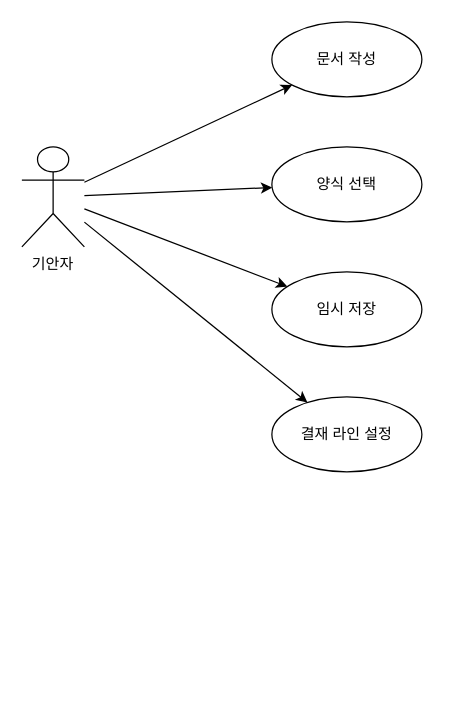
Above: document/문서작성 및 기안.drawio in sunday1284/jsp_spring02 (draw.io), before the change. Source tidied: cells renumbered, new cells numbered last; positions are measured from the earlier drawing's top-left corner, leaving out a move shared by most shapes. Both pictures are drawn from the tidied source at 125%, with x=0, y=0 at pixel (21, 21).
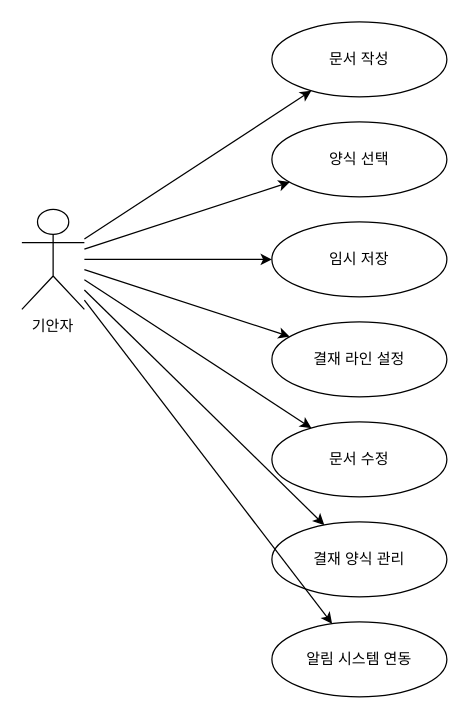
After the change.

Commit message (it also covers changes not shown here):
Update 문서작성 및 기안.drawio

Change to the diagram source:
```diff
@@
 <mxGraphModel>
   <root>
     <mxCell id="0" />
     <mxCell id="1" parent="0" />
     <mxCell id="2" value="기안자" style="shape=umlActor;verticalLabelPosition=bottom;verticalAlign=top;" parent="1" vertex="1">
-      <mxGeometry y="100" width="50" height="80" as="geometry" />
+      <mxGeometry y="150" width="50" height="80" as="geometry" />
     </mxCell>
     <mxCell id="3" value="문서 작성" style="ellipse;whiteSpace=wrap;html=1;" parent="1" vertex="1">
-      <mxGeometry x="200" width="120" height="60" as="geometry" />
+      <mxGeometry x="200" width="140" height="60" as="geometry" />
     </mxCell>
     <mxCell id="4" value="양식 선택" style="ellipse;whiteSpace=wrap;html=1;" parent="1" vertex="1">
-      <mxGeometry x="200" y="100" width="120" height="60" as="geometry" />
+      <mxGeometry x="200" y="80" width="140" height="60" as="geometry" />
     </mxCell>
     <mxCell id="5" value="임시 저장" style="ellipse;whiteSpace=wrap;html=1;" parent="1" vertex="1">
-      <mxGeometry x="200" y="200" width="120" height="60" as="geometry" />
+      <mxGeometry x="200" y="160" width="140" height="60" as="geometry" />
     </mxCell>
     <mxCell id="6" value="결재 라인 설정" style="ellipse;whiteSpace=wrap;html=1;" parent="1" vertex="1">
-      <mxGeometry x="200" y="300" width="120" height="60" as="geometry" />
+      <mxGeometry x="200" y="240" width="140" height="60" as="geometry" />
     </mxCell>
+    <mxCell id="11" value="문서 수정" style="ellipse;whiteSpace=wrap;html=1;" parent="1" vertex="1">
+      <mxGeometry x="200" y="320" width="140" height="60" as="geometry" />
+    </mxCell>
+    <mxCell id="12" value="결재 양식 관리" style="ellipse;whiteSpace=wrap;html=1;" parent="1" vertex="1">
+      <mxGeometry x="200" y="400" width="140" height="60" as="geometry" />
+    </mxCell>
+    <mxCell id="13" value="알림 시스템 연동" style="ellipse;whiteSpace=wrap;html=1;" parent="1" vertex="1">
+      <mxGeometry x="200" y="480" width="140" height="60" as="geometry" />
+    </mxCell>
     <mxCell id="7" parent="1" edge="1" source="2" target="3">
       <mxGeometry relative="1" as="geometry" />
     </mxCell>
     <mxCell id="8" parent="1" edge="1" source="2" target="4">
       <mxGeometry relative="1" as="geometry" />
     </mxCell>
     <mxCell id="9" parent="1" edge="1" source="2" target="5">
       <mxGeometry relative="1" as="geometry" />
     </mxCell>
     <mxCell id="10" parent="1" edge="1" source="2" target="6">
       <mxGeometry relative="1" as="geometry" />
     </mxCell>
+    <mxCell id="14" parent="1" edge="1" source="2" target="11">
+      <mxGeometry relative="1" as="geometry" />
+    </mxCell>
+    <mxCell id="15" parent="1" edge="1" source="2" target="12">
+      <mxGeometry relative="1" as="geometry" />
+    </mxCell>
+    <mxCell id="16" parent="1" edge="1" source="2" target="13">
+      <mxGeometry relative="1" as="geometry" />
+    </mxCell>
   </root>
 </mxGraphModel>
```
